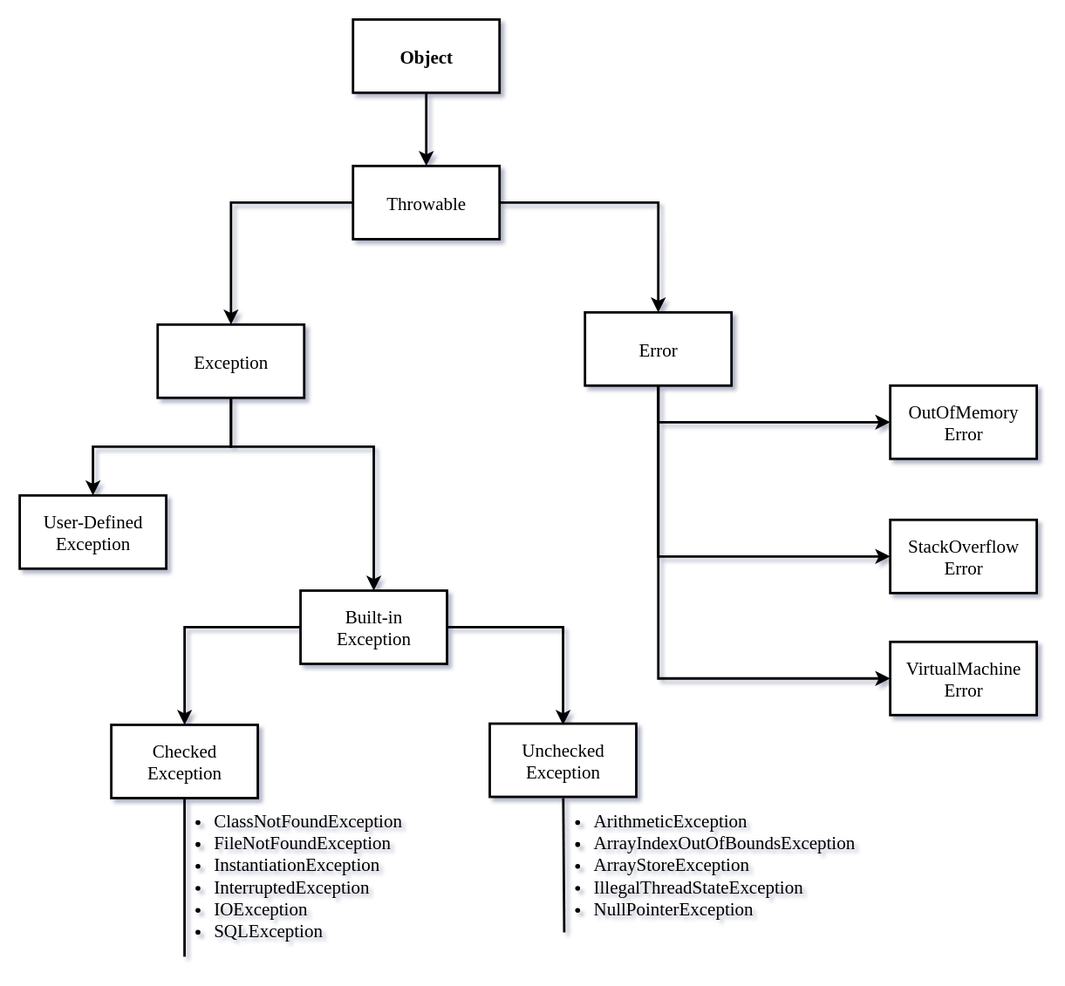
The draw.io diagram 00-JAVA/01-CORE-JAVA/20-EXCEPTION-HANDLING/images/exception-hierarchy.drawio.svg in hello-aaditya/java-world, before a commit. Source tidied: cells renumbered, new cells last; positions are measured from the earlier drawing's top-left corner, leaving out a move shared by most shapes.
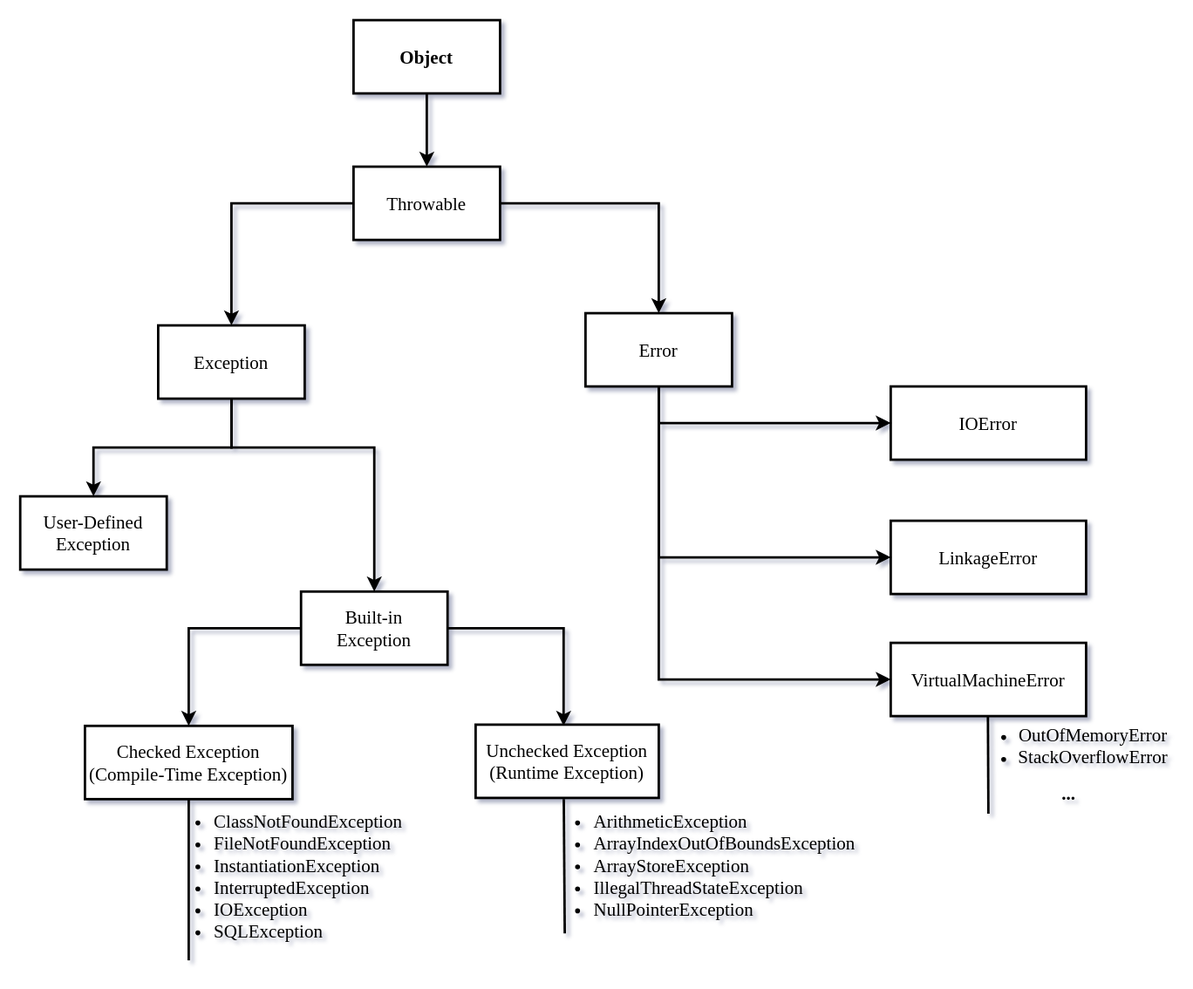
After the commit.

What changed in the source:
```diff
@@ -55,17 +55,17 @@
     <mxCell id="13" value="Error" style="rounded=0;whiteSpace=wrap;html=1;fontFamily=Georgia;fontSize=15;strokeWidth=2;" parent="1" vertex="1">
       <mxGeometry x="463" y="240" width="120" height="60" as="geometry" />
     </mxCell>
-    <mxCell id="14" value="Checked&lt;div&gt;Exception&lt;/div&gt;" style="rounded=0;whiteSpace=wrap;html=1;fontFamily=Georgia;fontSize=15;strokeWidth=2;" parent="1" vertex="1">
-      <mxGeometry x="75" y="578" width="120" height="60" as="geometry" />
+    <mxCell id="14" value="Checked&amp;nbsp;&lt;span style=&quot;background-color: transparent; color: light-dark(rgb(0, 0, 0), rgb(255, 255, 255));&quot;&gt;Exception&lt;/span&gt;&lt;div&gt;&lt;span style=&quot;background-color: transparent; color: light-dark(rgb(0, 0, 0), rgb(255, 255, 255));&quot;&gt;(Compile-Time Exception)&lt;/span&gt;&lt;/div&gt;" style="rounded=0;whiteSpace=wrap;html=1;fontFamily=Georgia;fontSize=15;strokeWidth=2;" parent="1" vertex="1">
+      <mxGeometry x="53" y="578" width="170" height="60" as="geometry" />
     </mxCell>
-    <mxCell id="15" value="Unchecked Exception" style="rounded=0;whiteSpace=wrap;html=1;fontFamily=Georgia;fontSize=15;strokeWidth=2;" parent="1" vertex="1">
-      <mxGeometry x="385" y="577" width="120" height="60" as="geometry" />
+    <mxCell id="15" value="Unchecked Exception&lt;div&gt;(Runtime Exception)&lt;/div&gt;" style="rounded=0;whiteSpace=wrap;html=1;fontFamily=Georgia;fontSize=15;strokeWidth=2;" parent="1" vertex="1">
+      <mxGeometry x="373" y="577" width="150" height="60" as="geometry" />
     </mxCell>
-    <mxCell id="16" value="OutOfMemory&lt;div&gt;Error&lt;/div&gt;" style="rounded=0;whiteSpace=wrap;html=1;fontFamily=Georgia;fontSize=15;strokeWidth=2;" parent="1" vertex="1">
-      <mxGeometry x="713" y="300" width="120" height="60" as="geometry" />
+    <mxCell id="16" value="&lt;div&gt;IOError&lt;/div&gt;" style="rounded=0;whiteSpace=wrap;html=1;fontFamily=Georgia;fontSize=15;strokeWidth=2;" parent="1" vertex="1">
+      <mxGeometry x="713" y="300" width="160" height="60" as="geometry" />
     </mxCell>
-    <mxCell id="17" value="StackOverflow&lt;div&gt;Error&lt;/div&gt;" style="rounded=0;whiteSpace=wrap;html=1;fontFamily=Georgia;fontSize=15;strokeWidth=2;" parent="1" vertex="1">
-      <mxGeometry x="713" y="410" width="120" height="60" as="geometry" />
+    <mxCell id="17" value="LinkageError" style="rounded=0;whiteSpace=wrap;html=1;fontFamily=Georgia;fontSize=15;strokeWidth=2;" parent="1" vertex="1">
+      <mxGeometry x="713" y="410" width="160" height="60" as="geometry" />
     </mxCell>
     <mxCell id="18" value="User-Defined Exception" style="rounded=0;whiteSpace=wrap;html=1;fontFamily=Georgia;fontSize=15;strokeWidth=2;" parent="1" vertex="1">
       <mxGeometry y="390" width="120" height="60" as="geometry" />
@@ -81,16 +81,14 @@
     <mxCell id="21" value="Built-in&lt;div&gt;Exception&lt;/div&gt;" style="rounded=0;whiteSpace=wrap;html=1;fontFamily=Georgia;fontSize=15;strokeWidth=2;" parent="1" vertex="1">
       <mxGeometry x="230" y="468" width="120" height="60" as="geometry" />
     </mxCell>
-    <mxCell id="22" value="VirtualMachine&lt;div&gt;Error&lt;/div&gt;" style="rounded=0;whiteSpace=wrap;html=1;fontFamily=Georgia;fontSize=15;strokeWidth=2;" parent="1" vertex="1">
-      <mxGeometry x="713" y="510" width="120" height="60" as="geometry" />
+    <mxCell id="22" value="VirtualMachineError" style="rounded=0;whiteSpace=wrap;html=1;fontFamily=Georgia;fontSize=15;strokeWidth=2;" parent="1" vertex="1">
+      <mxGeometry x="713" y="510" width="160" height="60" as="geometry" />
     </mxCell>
     <mxCell id="23" value="&lt;ul&gt;&lt;li&gt;&lt;font&gt;ClassNotFoundException&lt;/font&gt;&lt;/li&gt;&lt;li&gt;&lt;font&gt;FileNotFoundException&lt;/font&gt;&lt;/li&gt;&lt;li&gt;&lt;font&gt;InstantiationException&lt;/font&gt;&lt;/li&gt;&lt;li&gt;&lt;font&gt;InterruptedException&lt;/font&gt;&lt;/li&gt;&lt;li&gt;&lt;font&gt;IOException&lt;/font&gt;&lt;/li&gt;&lt;li&gt;&lt;font&gt;SQLException&lt;/font&gt;&lt;/li&gt;&lt;/ul&gt;" style="text;html=1;whiteSpace=wrap;strokeColor=none;fillColor=none;align=left;verticalAlign=top;rounded=0;fontFamily=Georgia;fontSize=15;textDirection=ltr;strokeWidth=2;" parent="1" vertex="1">
       <mxGeometry x="117" y="626" width="200" height="130" as="geometry" />
     </mxCell>
-    <mxCell id="24" style="endArrow=none;html=1;rounded=0;entryX=0.5;entryY=1;entryDx=0;entryDy=0;strokeWidth=2;" parent="1" edge="1" target="14">
-      <mxGeometry relative="1" as="geometry">
-        <mxPoint x="135" y="768" as="sourcePoint" />
-      </mxGeometry>
+    <mxCell id="24" style="endArrow=none;html=1;rounded=0;entryX=0.5;entryY=1;entryDx=0;entryDy=0;strokeWidth=2;exitX=0.105;exitY=1.108;exitDx=0;exitDy=0;exitPerimeter=0;" parent="1" edge="1" source="23" target="14">
+      <mxGeometry relative="1" as="geometry" />
     </mxCell>
     <mxCell id="25" value="&lt;ul&gt;&lt;li&gt;ArithmeticException&lt;/li&gt;&lt;li&gt;ArrayIndexOutOfBoundsException&lt;/li&gt;&lt;li&gt;ArrayStoreException&lt;/li&gt;&lt;li&gt;IllegalThreadStateException&lt;/li&gt;&lt;li&gt;NullPointerException&lt;/li&gt;&lt;/ul&gt;" style="text;html=1;whiteSpace=wrap;strokeColor=none;fillColor=none;align=left;verticalAlign=top;rounded=0;fontFamily=Georgia;fontSize=15;textDirection=ltr;strokeWidth=2;" parent="1" vertex="1">
       <mxGeometry x="428" y="626" width="260" height="120" as="geometry" />
@@ -101,5 +99,14 @@
         <mxPoint x="445.2" y="638" as="targetPoint" />
       </mxGeometry>
     </mxCell>
+    <mxCell id="27" value="&lt;ul&gt;&lt;li&gt;&lt;font face=&quot;Georgia&quot; style=&quot;font-size: 15px;&quot;&gt;OutOfMemoryError&lt;/font&gt;&lt;/li&gt;&lt;li&gt;&lt;font face=&quot;Georgia&quot; style=&quot;font-size: 15px;&quot;&gt;StackOverflowError&lt;/font&gt;&lt;/li&gt;&lt;/ul&gt;&lt;b style=&quot;background-color: transparent; color: light-dark(rgb(0, 0, 0), rgb(255, 255, 255));&quot;&gt;&lt;font face=&quot;Georgia&quot; style=&quot;font-size: 15px;&quot;&gt;...&lt;/font&gt;&lt;/b&gt;" style="text;html=1;whiteSpace=wrap;strokeColor=none;fillColor=none;align=center;verticalAlign=middle;rounded=0;" parent="1" vertex="1">
+      <mxGeometry x="779" y="584" width="160" height="37" as="geometry" />
+    </mxCell>
+    <mxCell id="28" style="endArrow=none;html=1;rounded=0;strokeWidth=2;" parent="1" edge="1">
+      <mxGeometry relative="1" as="geometry">
+        <mxPoint x="793" y="650" as="sourcePoint" />
+        <mxPoint x="792.6" y="570" as="targetPoint" />
+      </mxGeometry>
+    </mxCell>
   </root>
 </mxGraphModel>
```
